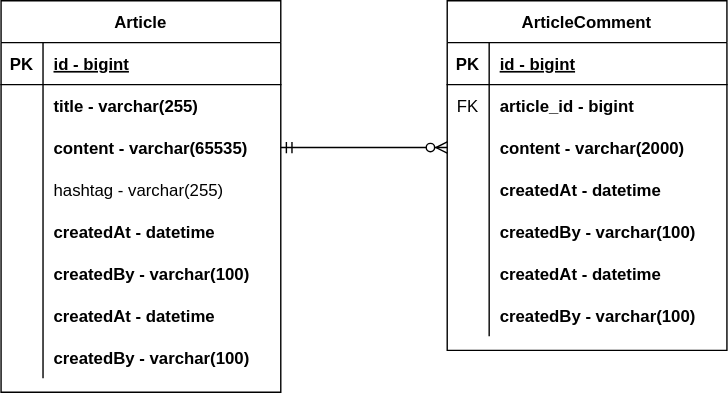
Above: document/board-erd.svg in haessae0/based-board (draw.io), before the change. Source tidied: cells renumbered, new cells last; positions are measured from the earlier drawing's top-left corner, leaving out a move shared by most shapes.
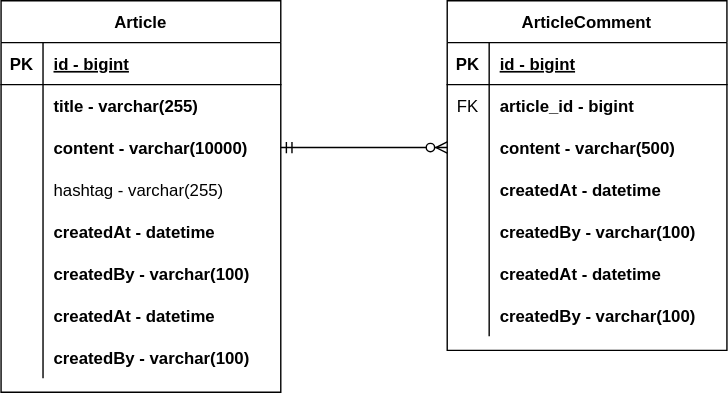
The same diagram one commit later.

Commit message:
#7 - modified ERD : content size

The edit, as a diff of the source:
```diff
@@ -2,16 +2,6 @@
   <root>
     <mxCell id="0" />
     <mxCell id="1" parent="0" />
-    <mxCell id="2" style="edgeStyle=entityRelationEdgeStyle;endArrow=ERzeroToMany;startArrow=ERone;endFill=1;startFill=0;" parent="1" edge="1" target="x">
-      <mxGeometry relative="1" as="geometry">
-        <mxPoint x="329" y="145" as="sourcePoint" />
-      </mxGeometry>
-    </mxCell>
-    <mxCell id="3" style="edgeStyle=entityRelationEdgeStyle;endArrow=ERzeroToMany;startArrow=ERone;endFill=1;startFill=0;" parent="1" edge="1" target="x">
-      <mxGeometry relative="1" as="geometry">
-        <mxPoint x="659" y="85" as="sourcePoint" />
-      </mxGeometry>
-    </mxCell>
     <mxCell id="4" value="Article" style="shape=table;startSize=30;rowLines=0;fontStyle=1;align=center;" parent="1" vertex="1">
       <mxGeometry width="200" height="280" as="geometry" />
     </mxCell>
@@ -39,7 +29,7 @@
     <mxCell id="12" style="shape=partialRectangle;fillColor=none;top=0;left=0;bottom=0;right=0;overflow=hidden;" parent="11" vertex="1">
       <mxGeometry width="30" height="30" as="geometry" />
     </mxCell>
-    <mxCell id="13" value="content - varchar(65535)" style="shape=partialRectangle;fillColor=none;top=0;left=0;bottom=0;right=0;align=left;spacingLeft=6;overflow=hidden;fontStyle=1;" parent="11" vertex="1">
+    <mxCell id="13" value="content - varchar(10000)" style="shape=partialRectangle;fillColor=none;top=0;left=0;bottom=0;right=0;align=left;spacingLeft=6;overflow=hidden;fontStyle=1;" parent="11" vertex="1">
       <mxGeometry x="30" width="170" height="30" as="geometry" />
     </mxCell>
     <mxCell id="14" style="shape=tableRow;horizontal=0;startSize=0;swimlaneHead=0;swimlaneBody=0;fillColor=none;top=0;left=0;right=0;bottom=0;" parent="4" vertex="1">
@@ -114,7 +104,7 @@
     <mxCell id="37" style="shape=partialRectangle;fillColor=none;top=0;left=0;bottom=0;right=0;overflow=hidden;" parent="36" vertex="1">
       <mxGeometry width="30" height="30" as="geometry" />
     </mxCell>
-    <mxCell id="38" value="content - varchar(2000)" style="shape=partialRectangle;fillColor=none;top=0;left=0;bottom=0;right=0;align=left;spacingLeft=6;overflow=hidden;fontStyle=1;" parent="36" vertex="1">
+    <mxCell id="38" value="content - varchar(500)" style="shape=partialRectangle;fillColor=none;top=0;left=0;bottom=0;right=0;align=left;spacingLeft=6;overflow=hidden;fontStyle=1;" parent="36" vertex="1">
       <mxGeometry x="30" width="170" height="30" as="geometry" />
     </mxCell>
     <mxCell id="39" style="shape=tableRow;horizontal=0;startSize=0;swimlaneHead=0;swimlaneBody=0;fillColor=none;top=0;left=0;right=0;bottom=0;" parent="29" vertex="1">
```
